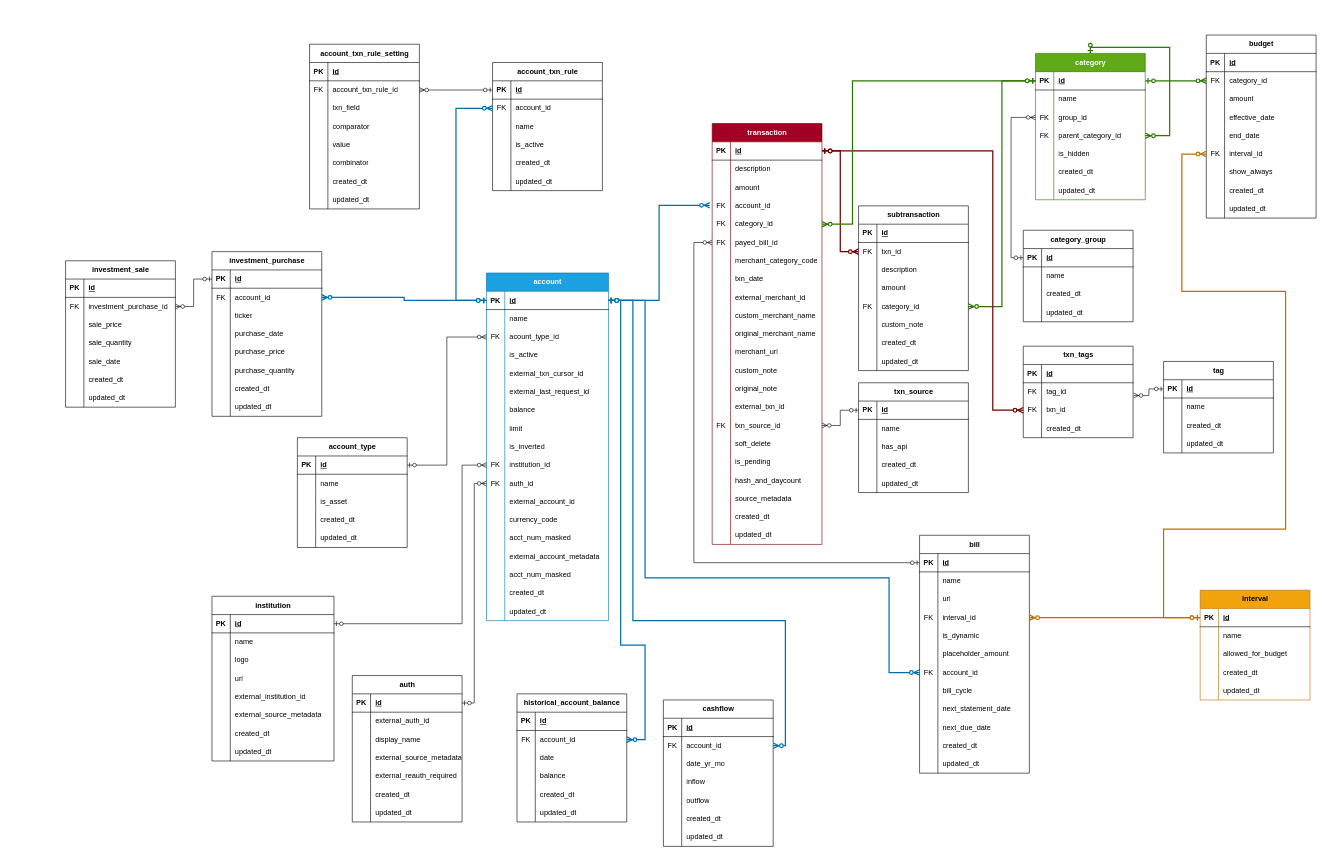
Earlier version of the draw.io diagram maple_erd.drawio (defron/maple). Source tidied: cells renumbered, new cells numbered last; positions are measured from the earlier drawing's top-left corner, leaving out a move shared by most shapes. Both pictures are drawn from the tidied source at 61%, with x=0, y=0 at pixel (65, 35).
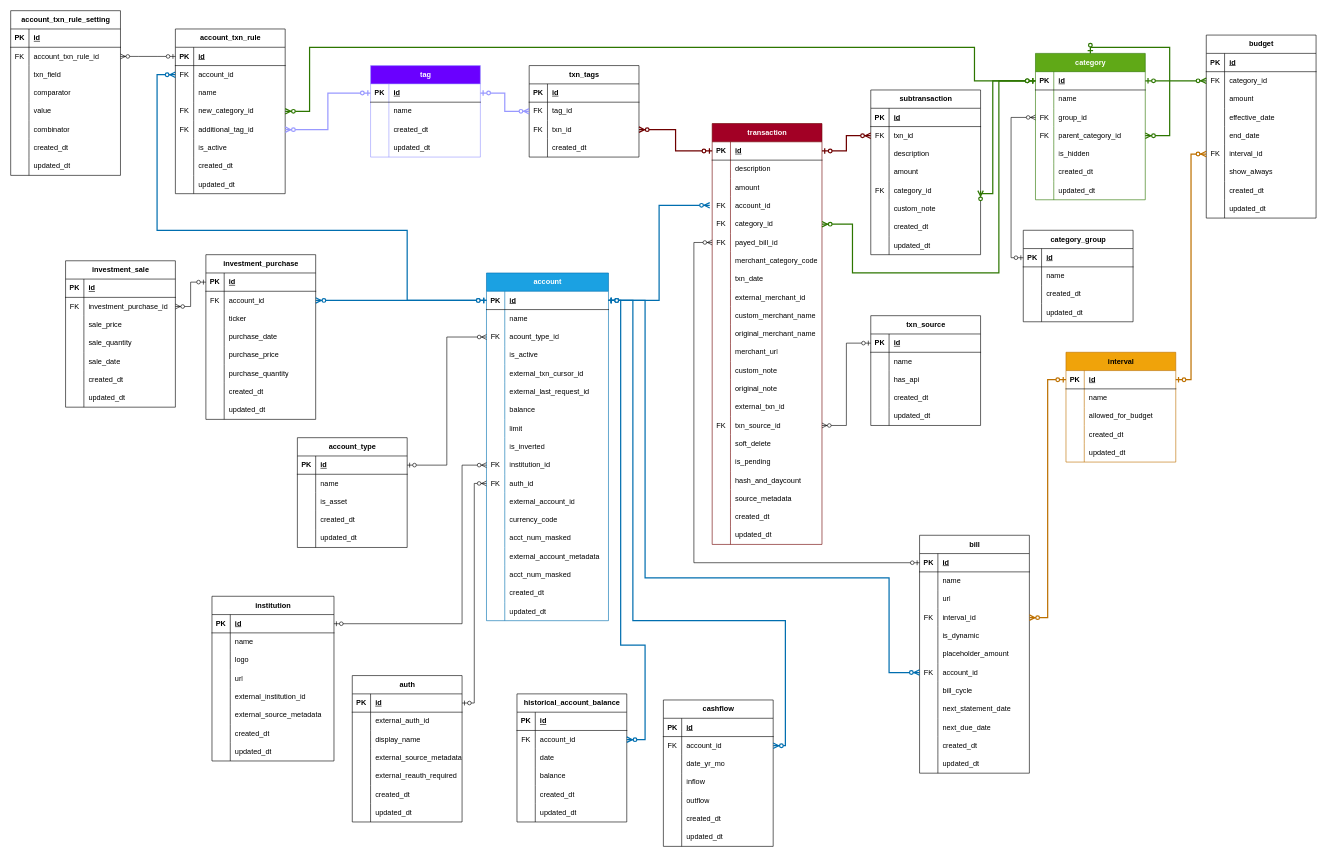
After the change.

Commit message (it also covers changes not shown here):
add missing transaction rule fields (transactions can apply tags or change categories)

The change refers to these unchanged cells:
```xml
<mxCell id="16" style="shape=tableRow;horizontal=0;startSize=0;swimlaneHead=0;swimlaneBody=0;fillColor=none;points=[[0,0.5],[1,0.5]];portConstraint=eastwest;top=0;left=0;right=0;bottom=1;" parent="15" vertex="1">
  <mxGeometry y="30" width="180" height="30" as="geometry" />
</mxCell>
<mxCell id="54" style="shape=tableRow;horizontal=0;startSize=0;swimlaneHead=0;swimlaneBody=0;fillColor=none;points=[[0,0.5],[1,0.5]];portConstraint=eastwest;top=0;left=0;right=0;bottom=0;" parent="38" vertex="1">
  <mxGeometry y="180" width="180" height="30" as="geometry" />
</mxCell>
<mxCell id="67" style="shape=tableRow;horizontal=0;startSize=0;swimlaneHead=0;swimlaneBody=0;fillColor=none;points=[[0,0.5],[1,0.5]];portConstraint=eastwest;top=0;left=0;right=0;bottom=1;" parent="66" vertex="1">
  <mxGeometry y="30" width="180" height="30" as="geometry" />
</mxCell>
<mxCell id="79" style="shape=tableRow;horizontal=0;startSize=0;swimlaneHead=0;swimlaneBody=0;fillColor=none;points=[[0,0.5],[1,0.5]];portConstraint=eastwest;top=0;left=0;right=0;bottom=0;" parent="66" vertex="1">
  <mxGeometry y="150" width="180" height="30" as="geometry" />
</mxCell>
<mxCell id="112" style="shape=tableRow;horizontal=0;startSize=0;swimlaneHead=0;swimlaneBody=0;fillColor=none;points=[[0,0.5],[1,0.5]];portConstraint=eastwest;top=0;left=0;right=0;bottom=0;" parent="66" vertex="1">
  <mxGeometry y="480" width="180" height="30" as="geometry" />
</mxCell>
<mxCell id="134" style="shape=tableRow;horizontal=0;startSize=0;swimlaneHead=0;swimlaneBody=0;fillColor=none;points=[[0,0.5],[1,0.5]];portConstraint=eastwest;top=0;left=0;right=0;bottom=1;" parent="133" vertex="1">
  <mxGeometry y="30" width="180" height="30" as="geometry" />
</mxCell>
<mxCell id="150" style="shape=tableRow;horizontal=0;startSize=0;swimlaneHead=0;swimlaneBody=0;fillColor=none;points=[[0,0.5],[1,0.5]];portConstraint=eastwest;top=0;left=0;right=0;bottom=0;" parent="146" vertex="1">
  <mxGeometry y="60" width="180" height="30" as="geometry" />
</mxCell>
<mxCell id="153" style="shape=tableRow;horizontal=0;startSize=0;swimlaneHead=0;swimlaneBody=0;fillColor=none;points=[[0,0.5],[1,0.5]];portConstraint=eastwest;top=0;left=0;right=0;bottom=0;" parent="146" vertex="1">
  <mxGeometry y="90" width="180" height="30" as="geometry" />
</mxCell>
<mxCell id="160" style="shape=tableRow;horizontal=0;startSize=0;swimlaneHead=0;swimlaneBody=0;fillColor=none;points=[[0,0.5],[1,0.5]];portConstraint=eastwest;top=0;left=0;right=0;bottom=1;" parent="159" vertex="1">
  <mxGeometry y="30" width="180" height="30" as="geometry" />
</mxCell>
<mxCell id="176" style="shape=tableRow;horizontal=0;startSize=0;swimlaneHead=0;swimlaneBody=0;fillColor=none;points=[[0,0.5],[1,0.5]];portConstraint=eastwest;top=0;left=0;right=0;bottom=1;" parent="175" vertex="1">
  <mxGeometry y="30" width="200" height="30" as="geometry" />
</mxCell>
<mxCell id="250" style="shape=tableRow;horizontal=0;startSize=0;swimlaneHead=0;swimlaneBody=0;fillColor=none;points=[[0,0.5],[1,0.5]];portConstraint=eastwest;top=0;left=0;right=0;bottom=0;" parent="246" vertex="1">
  <mxGeometry y="60" width="180" height="30" as="geometry" />
</mxCell>
<mxCell id="353" style="shape=tableRow;horizontal=0;startSize=0;swimlaneHead=0;swimlaneBody=0;fillColor=none;points=[[0,0.5],[1,0.5]];portConstraint=eastwest;top=0;left=0;right=0;bottom=1;" parent="352" vertex="1">
  <mxGeometry y="30" width="180" height="30" as="geometry" />
</mxCell>
<mxCell id="381" style="shape=tableRow;horizontal=0;startSize=0;swimlaneHead=0;swimlaneBody=0;fillColor=none;points=[[0,0.5],[1,0.5]];portConstraint=eastwest;top=0;left=0;right=0;bottom=0;" parent="377" vertex="1">
  <mxGeometry y="60" width="180" height="30" as="geometry" />
</mxCell>
<mxCell id="403" style="shape=tableRow;horizontal=0;startSize=0;swimlaneHead=0;swimlaneBody=0;fillColor=none;points=[[0,0.5],[1,0.5]];portConstraint=eastwest;top=0;left=0;right=0;bottom=0;" parent="399" vertex="1">
  <mxGeometry y="60" width="180" height="30" as="geometry" />
</mxCell>
<mxCell id="412" style="shape=tableRow;horizontal=0;startSize=0;swimlaneHead=0;swimlaneBody=0;fillColor=none;points=[[0,0.5],[1,0.5]];portConstraint=eastwest;top=0;left=0;right=0;bottom=0;" parent="399" vertex="1">
  <mxGeometry y="150" width="180" height="30" as="geometry" />
</mxCell>
<mxCell id="488" style="shape=tableRow;horizontal=0;startSize=0;swimlaneHead=0;swimlaneBody=0;fillColor=none;points=[[0,0.5],[1,0.5]];portConstraint=eastwest;top=0;left=0;right=0;bottom=1;" parent="487" vertex="1">
  <mxGeometry y="30" width="180" height="30" as="geometry" />
</mxCell>
```

The edit, as a diff of the source:
```diff
@@
-    <mxCell id="133" value="tag" style="shape=table;startSize=30;childLayout=tableLayout;rowLines=0;fontStyle=1;align=center;html=1;" parent="1" vertex="1">
-      <mxGeometry x="1800" y="535" width="180" height="150" as="geometry" />
+    <mxCell id="133" value="tag" style="shape=table;startSize=30;childLayout=tableLayout;rowLines=0;fontStyle=1;align=center;html=1;fillColor=#6a00ff;fontColor=#ffffff;strokeColor=#9999FF;" parent="1" vertex="1">
+      <mxGeometry x="500" y="50" width="180" height="150" as="geometry" />
     </mxCell>
@@
     <mxCell id="146" value="txn_tags" style="shape=table;startSize=30;childLayout=tableLayout;rowLines=0;fontStyle=1;align=center;html=1;" parent="1" vertex="1">
-      <mxGeometry x="1570" y="510" width="180" height="150" as="geometry" />
+      <mxGeometry x="760" y="50" width="180" height="150" as="geometry" />
     </mxCell>
@@
     <mxCell id="159" value="txn_source" style="shape=table;startSize=30;childLayout=tableLayout;rowLines=0;fontStyle=1;align=center;html=1;" parent="1" vertex="1">
-      <mxGeometry x="1300" y="570" width="180" height="180" as="geometry" />
+      <mxGeometry x="1320" y="460" width="180" height="180" as="geometry" />
     </mxCell>
@@
     <mxCell id="246" value="account_txn_rule" style="shape=table;startSize=30;childLayout=tableLayout;rowLines=0;fontStyle=1;align=center;html=1;" parent="1" vertex="1">
-      <mxGeometry x="700" y="45" width="180" height="210" as="geometry" />
+      <mxGeometry x="180" y="-10" width="180" height="270" as="geometry" />
     </mxCell>
@@
+    <mxCell id="525" style="shape=tableRow;horizontal=0;startSize=0;swimlaneHead=0;swimlaneBody=0;fillColor=none;points=[[0,0.5],[1,0.5]];portConstraint=eastwest;top=0;left=0;right=0;bottom=0;" parent="246" vertex="1">
+      <mxGeometry y="120" width="180" height="30" as="geometry" />
+    </mxCell>
+    <mxCell id="526" value="FK" style="shape=partialRectangle;fillColor=none;top=0;left=0;bottom=0;right=0;overflow=hidden;whiteSpace=wrap;html=1;" parent="525" vertex="1">
+      <mxGeometry width="30" height="30" as="geometry" />
+    </mxCell>
+    <mxCell id="527" value="new_category_id" style="shape=partialRectangle;fillColor=none;top=0;left=0;bottom=0;right=0;align=left;spacingLeft=6;overflow=hidden;whiteSpace=wrap;html=1;" parent="525" vertex="1">
+      <mxGeometry x="30" width="150" height="30" as="geometry" />
+    </mxCell>
+    <mxCell id="528" style="shape=tableRow;horizontal=0;startSize=0;swimlaneHead=0;swimlaneBody=0;fillColor=none;points=[[0,0.5],[1,0.5]];portConstraint=eastwest;top=0;left=0;right=0;bottom=0;" parent="246" vertex="1">
+      <mxGeometry y="150" width="180" height="30" as="geometry" />
+    </mxCell>
+    <mxCell id="529" value="FK" style="shape=partialRectangle;fillColor=none;top=0;left=0;bottom=0;right=0;overflow=hidden;whiteSpace=wrap;html=1;" parent="528" vertex="1">
+      <mxGeometry width="30" height="30" as="geometry" />
+    </mxCell>
+    <mxCell id="530" value="additional_tag_id" style="shape=partialRectangle;fillColor=none;top=0;left=0;bottom=0;right=0;align=left;spacingLeft=6;overflow=hidden;whiteSpace=wrap;html=1;" parent="528" vertex="1">
+      <mxGeometry x="30" width="150" height="30" as="geometry" />
+    </mxCell>
     <mxCell id="256" style="shape=tableRow;horizontal=0;startSize=0;swimlaneHead=0;swimlaneBody=0;fillColor=none;top=0;left=0;right=0;bottom=0;" parent="246" vertex="1">
-      <mxGeometry y="120" width="180" height="30" as="geometry" />
+      <mxGeometry y="180" width="180" height="30" as="geometry" />
     </mxCell>
@@
     <mxCell id="259" style="shape=tableRow;horizontal=0;startSize=0;swimlaneHead=0;swimlaneBody=0;fillColor=none;top=0;left=0;right=0;bottom=0;" parent="246" vertex="1">
-      <mxGeometry y="150" width="180" height="30" as="geometry" />
+      <mxGeometry y="210" width="180" height="30" as="geometry" />
     </mxCell>
@@
     <mxCell id="262" style="shape=tableRow;horizontal=0;startSize=0;swimlaneHead=0;swimlaneBody=0;fillColor=none;top=0;left=0;right=0;bottom=0;" parent="246" vertex="1">
-      <mxGeometry y="180" width="180" height="30" as="geometry" />
+      <mxGeometry y="240" width="180" height="30" as="geometry" />
     </mxCell>
@@
     <mxCell id="265" value="account_txn_rule_setting" style="shape=table;startSize=30;childLayout=tableLayout;rowLines=0;fontStyle=1;align=center;html=1;" parent="1" vertex="1">
-      <mxGeometry x="400" y="15" width="180" height="270" as="geometry" />
+      <mxGeometry x="-90" y="-40" width="180" height="270" as="geometry" />
     </mxCell>
@@
     <mxCell id="352" value="investment_purchase" style="shape=table;startSize=30;childLayout=tableLayout;rowLines=0;fontStyle=1;align=center;html=1;" parent="1" vertex="1">
-      <mxGeometry x="240" y="355" width="180" height="270" as="geometry" />
+      <mxGeometry x="230" y="360" width="180" height="270" as="geometry" />
     </mxCell>
@@
     <mxCell id="399" value="subtransaction" style="shape=table;startSize=30;childLayout=tableLayout;rowLines=0;fontStyle=1;align=center;html=1;" parent="1" vertex="1">
-      <mxGeometry x="1300" y="280" width="180" height="270" as="geometry" />
+      <mxGeometry x="1320" y="90" width="180" height="270" as="geometry" />
     </mxCell>
@@
     <mxCell id="487" value="interval" style="shape=table;startSize=30;childLayout=tableLayout;rowLines=0;fontStyle=1;align=center;html=1;fillColor=#f0a30a;fontColor=#000000;strokeColor=#BD7000;" parent="1" vertex="1">
-      <mxGeometry x="1860" y="910" width="180" height="180" as="geometry" />
+      <mxGeometry x="1640" y="520" width="180" height="180" as="geometry" />
     </mxCell>
@@
-    <mxCell id="504" style="edgeStyle=entityRelationEdgeStyle;fontSize=12;html=1;endArrow=ERzeroToMany;startArrow=ERzeroToOne;rounded=0;exitX=0;exitY=0.5;exitDx=0;exitDy=0;entryX=1;entryY=0.5;entryDx=0;entryDy=0;" parent="1" edge="1" source="160" target="112">
+    <mxCell id="504" style="edgeStyle=elbowEdgeStyle;fontSize=12;html=1;endArrow=ERzeroToMany;startArrow=ERzeroToOne;rounded=0;exitX=0;exitY=0.5;exitDx=0;exitDy=0;entryX=1;entryY=0.5;entryDx=0;entryDy=0;" parent="1" edge="1" source="160" target="112">
       <mxGeometry relative="1" as="geometry" />
     </mxCell>
     <mxCell id="505" style="edgeStyle=orthogonalEdgeStyle;fontSize=12;html=1;endArrow=ERzeroToMany;startArrow=ERzeroToOne;rounded=0;entryX=1;entryY=0.5;entryDx=0;entryDy=0;exitX=0;exitY=0.5;exitDx=0;exitDy=0;fillColor=#60a917;strokeColor=#2D7600;strokeWidth=2;" parent="1" edge="1" source="16" target="412">
-      <mxGeometry relative="1" as="geometry" />
+      <mxGeometry relative="1" as="geometry">
+        <Array as="points">
+          <mxPoint x="1520" y="75" />
+          <mxPoint x="1520" y="260" />
+          <mxPoint x="1500" y="260" />
+        </Array>
+      </mxGeometry>
     </mxCell>
-    <mxCell id="506" style="edgeStyle=orthogonalEdgeStyle;fontSize=12;html=1;endArrow=ERzeroToMany;startArrow=ERzeroToOne;rounded=0;entryX=0;entryY=0.5;entryDx=0;entryDy=0;exitX=0;exitY=0.5;exitDx=0;exitDy=0;fillColor=#f0a30a;strokeColor=#BD7000;strokeWidth=2;" parent="1" edge="1" source="488" target="54">
-      <mxGeometry relative="1" as="geometry">
-        <Array as="points">
-          <mxPoint x="1800" y="955" />
-          <mxPoint x="1800" y="810" />
-          <mxPoint x="2000" y="810" />
-          <mxPoint x="2000" y="420" />
-          <mxPoint x="1830" y="420" />
-          <mxPoint x="1830" y="195" />
-        </Array>
-      </mxGeometry>
+    <mxCell id="506" style="edgeStyle=elbowEdgeStyle;fontSize=12;html=1;endArrow=ERzeroToMany;startArrow=ERzeroToOne;rounded=0;entryX=0;entryY=0.5;entryDx=0;entryDy=0;fillColor=#f0a30a;strokeColor=#BD7000;strokeWidth=2;exitX=1;exitY=0.5;exitDx=0;exitDy=0;" parent="1" edge="1" source="488" target="54">
+      <mxGeometry relative="1" as="geometry" />
     </mxCell>
@@
-    <mxCell id="510" style="edgeStyle=entityRelationEdgeStyle;fontSize=12;html=1;endArrow=ERzeroToMany;startArrow=ERzeroToOne;rounded=0;entryX=0;entryY=0.5;entryDx=0;entryDy=0;fillColor=#a20025;strokeColor=#6F0000;strokeWidth=2;" parent="1" edge="1" source="67" target="403">
+    <mxCell id="510" style="edgeStyle=elbowEdgeStyle;fontSize=12;html=1;endArrow=ERzeroToMany;startArrow=ERzeroToOne;rounded=0;entryX=0;entryY=0.5;entryDx=0;entryDy=0;fillColor=#a20025;strokeColor=#6F0000;strokeWidth=2;" parent="1" edge="1" source="67" target="403">
       <mxGeometry relative="1" as="geometry" />
     </mxCell>
@@
-    <mxCell id="512" style="edgeStyle=elbowEdgeStyle;fontSize=12;html=1;endArrow=ERzeroToMany;startArrow=ERzeroToOne;rounded=0;entryX=1.006;entryY=0.694;entryDx=0;entryDy=0;entryPerimeter=0;exitX=0;exitY=0.5;exitDx=0;exitDy=0;" parent="1" edge="1" source="134" target="150">
-      <mxGeometry relative="1" as="geometry" />
-    </mxCell>
-    <mxCell id="513" style="edgeStyle=elbowEdgeStyle;fontSize=12;html=1;endArrow=ERzeroToMany;startArrow=ERzeroToOne;rounded=0;exitX=1;exitY=0.5;exitDx=0;exitDy=0;entryX=0;entryY=0.5;entryDx=0;entryDy=0;fillColor=#a20025;strokeColor=#6F0000;strokeWidth=2;" parent="1" edge="1" source="67" target="153">
-      <mxGeometry relative="1" as="geometry">
-        <Array as="points">
-          <mxPoint x="1520" y="410" />
-        </Array>
-      </mxGeometry>
-    </mxCell>
@@
     <mxCell id="515" style="edgeStyle=orthogonalEdgeStyle;fontSize=12;html=1;endArrow=ERzeroToMany;startArrow=ERzeroToOne;rounded=0;entryX=1;entryY=0.5;entryDx=0;entryDy=0;exitX=0;exitY=0.5;exitDx=0;exitDy=0;fillColor=#60a917;strokeColor=#2D7600;strokeWidth=2;" parent="1" edge="1" source="16" target="79">
       <mxGeometry relative="1" as="geometry">
         <Array as="points">
-          <mxPoint x="1290" y="75" />
+          <mxPoint x="1530" y="75" />
+          <mxPoint x="1530" y="390" />
+          <mxPoint x="1290" y="390" />
           <mxPoint x="1290" y="310" />
         </Array>
       </mxGeometry>
     </mxCell>
@@
-    <mxCell id="518" style="edgeStyle=elbowEdgeStyle;fontSize=12;html=1;endArrow=ERzeroToMany;startArrow=ERzeroToOne;rounded=0;entryX=0;entryY=0.5;entryDx=0;entryDy=0;exitX=0;exitY=0.5;exitDx=0;exitDy=0;strokeWidth=2;fillColor=#1ba1e2;strokeColor=#006EAF;" parent="1" edge="1" source="176" target="250">
+    <mxCell id="518" style="edgeStyle=orthogonalEdgeStyle;fontSize=12;html=1;endArrow=ERzeroToMany;startArrow=ERzeroToOne;rounded=0;entryX=0;entryY=0.5;entryDx=0;entryDy=0;exitX=0;exitY=0.5;exitDx=0;exitDy=0;strokeWidth=2;fillColor=#1ba1e2;strokeColor=#006EAF;" parent="1" edge="1" source="176" target="250">
       <mxGeometry relative="1" as="geometry">
         <Array as="points">
-          <mxPoint x="640" y="270" />
+          <mxPoint x="560" y="435" />
+          <mxPoint x="560" y="320" />
+          <mxPoint x="150" y="320" />
+          <mxPoint x="150" y="65" />
         </Array>
       </mxGeometry>
     </mxCell>
@@
-    <mxCell id="520" style="edgeStyle=entityRelationEdgeStyle;fontSize=12;html=1;endArrow=ERzeroToMany;startArrow=ERzeroToOne;rounded=0;exitX=0;exitY=0.5;exitDx=0;exitDy=0;entryX=1;entryY=0.5;entryDx=0;entryDy=0;" parent="1" edge="1" source="353" target="381">
+    <mxCell id="520" style="edgeStyle=elbowEdgeStyle;fontSize=12;html=1;endArrow=ERzeroToMany;startArrow=ERzeroToOne;rounded=0;exitX=0;exitY=0.5;exitDx=0;exitDy=0;entryX=1;entryY=0.5;entryDx=0;entryDy=0;" parent="1" edge="1" source="353" target="381">
       <mxGeometry relative="1" as="geometry" />
     </mxCell>
@@
+    <mxCell id="531" style="edgeStyle=orthogonalEdgeStyle;fontSize=12;html=1;endArrow=ERzeroToMany;startArrow=ERzeroToOne;rounded=0;entryX=1;entryY=0.5;entryDx=0;entryDy=0;strokeWidth=2;fillColor=#60a917;strokeColor=#2D7600;" parent="1" edge="1" source="16" target="525">
+      <mxGeometry relative="1" as="geometry">
+        <Array as="points">
+          <mxPoint x="1490" y="75" />
+          <mxPoint x="1490" y="20" />
+          <mxPoint x="400" y="20" />
+          <mxPoint x="400" y="125" />
+        </Array>
+      </mxGeometry>
+    </mxCell>
+    <mxCell id="513" style="edgeStyle=elbowEdgeStyle;fontSize=12;html=1;endArrow=ERzeroToMany;startArrow=ERzeroToOne;rounded=0;entryX=1;entryY=0.5;entryDx=0;entryDy=0;exitX=0;exitY=0.5;exitDx=0;exitDy=0;strokeWidth=2;fillColor=#a20025;strokeColor=#6F0000;" parent="1" edge="1" source="67" target="153">
+      <mxGeometry relative="1" as="geometry" />
+    </mxCell>
+    <mxCell id="512" style="edgeStyle=orthogonalEdgeStyle;fontSize=12;html=1;endArrow=ERzeroToMany;startArrow=ERzeroToOne;rounded=0;entryX=0;entryY=0.5;entryDx=0;entryDy=0;fillColor=#6a00ff;strokeColor=#9999FF;strokeWidth=2;" parent="1" edge="1" source="134" target="150">
+      <mxGeometry relative="1" as="geometry" />
+    </mxCell>
+    <mxCell id="532" style="edgeStyle=elbowEdgeStyle;fontSize=12;html=1;endArrow=ERzeroToMany;startArrow=ERzeroToOne;rounded=0;exitX=0;exitY=0.5;exitDx=0;exitDy=0;entryX=1;entryY=0.5;entryDx=0;entryDy=0;fillColor=#6a00ff;strokeColor=#9999FF;strokeWidth=2;" parent="1" edge="1" source="134" target="528">
+      <mxGeometry relative="1" as="geometry" />
+    </mxCell>
```
